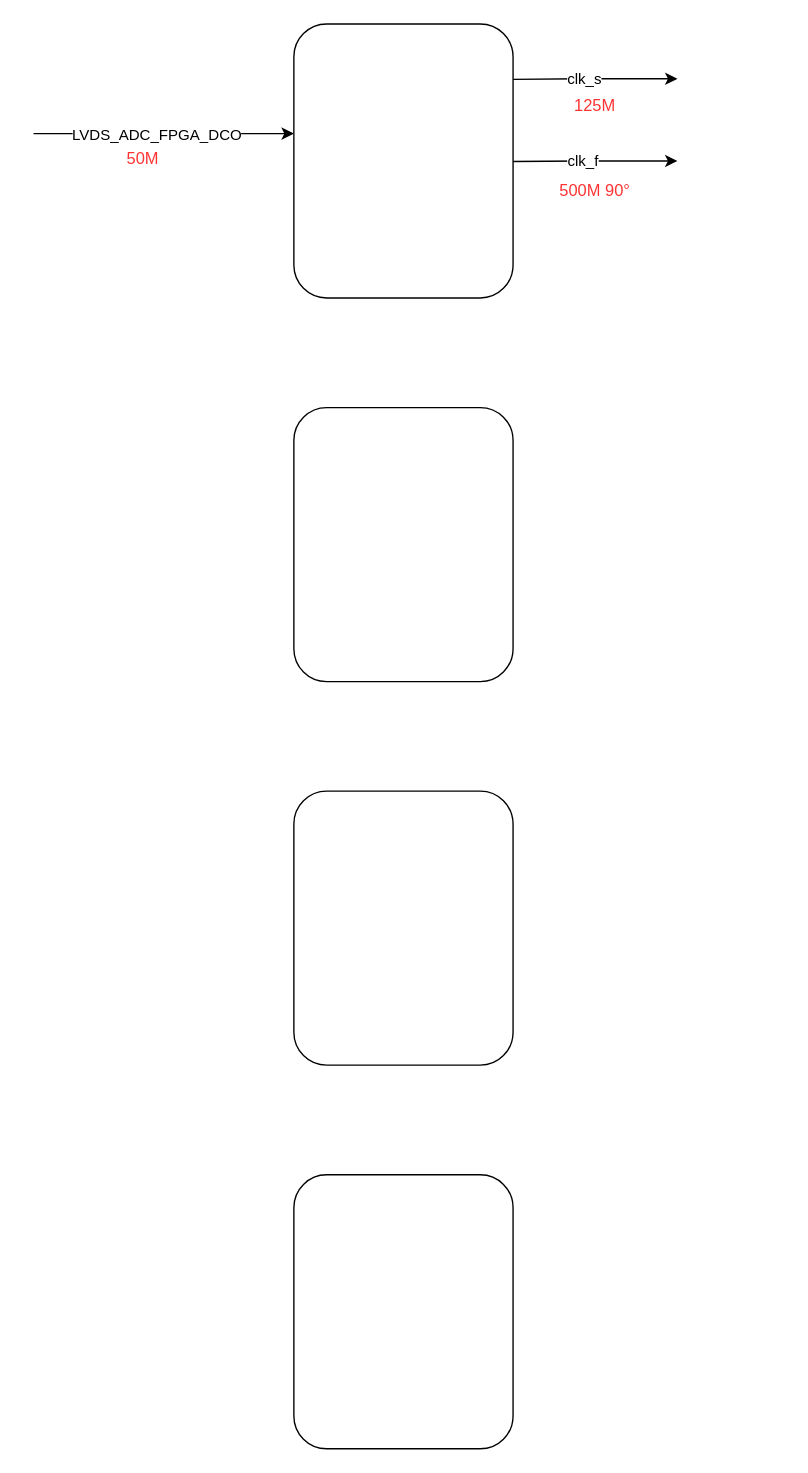
This is A11-100M-PLL.drawio from shenwangchong/learngit, a draw.io file, before an edit. Source tidied: cells renumbered, new cells numbered last; positions are measured from the earlier drawing's top-left corner, leaving out a move shared by most shapes. Both pictures are drawn from the tidied source at 137%, with x=0, y=0 at pixel (33, 23).
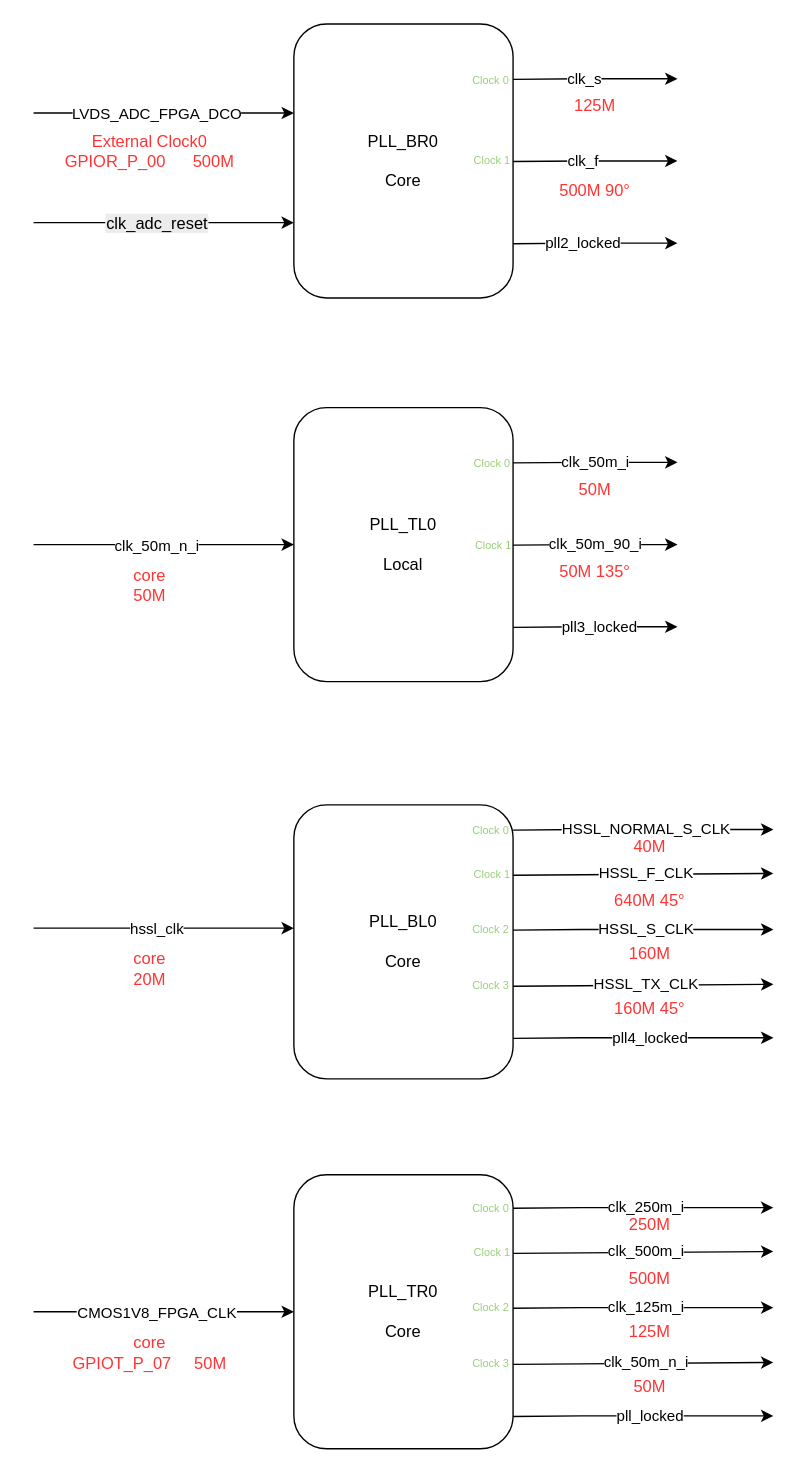
The same diagram, later.

The edit, as a diff of the source:
```diff
@@
-    <mxCell id="2" style="rounded=1;whiteSpace=wrap;html=1;" parent="1" vertex="1">
+    <mxCell id="2" value="PLL_BR0&lt;div&gt;&lt;br&gt;&lt;/div&gt;&lt;div&gt;Core&lt;/div&gt;" style="rounded=1;whiteSpace=wrap;html=1;" parent="1" vertex="1">
       <mxGeometry x="190" width="160" height="200" as="geometry" />
     </mxCell>
-    <mxCell id="3" style="rounded=1;whiteSpace=wrap;html=1;" parent="1" vertex="1">
+    <mxCell id="3" value="PLL_TL0&lt;div&gt;&lt;br&gt;&lt;/div&gt;&lt;div&gt;Local&lt;/div&gt;" style="rounded=1;whiteSpace=wrap;html=1;" parent="1" vertex="1">
       <mxGeometry x="190" y="280" width="160" height="200" as="geometry" />
     </mxCell>
-    <mxCell id="4" style="rounded=1;whiteSpace=wrap;html=1;" parent="1" vertex="1">
-      <mxGeometry x="190" y="560" width="160" height="200" as="geometry" />
+    <mxCell id="4" value="PLL_BL0&lt;div&gt;&lt;br&gt;&lt;/div&gt;&lt;div&gt;Core&lt;/div&gt;" style="rounded=1;whiteSpace=wrap;html=1;" parent="1" vertex="1">
+      <mxGeometry x="190" y="570" width="160" height="200" as="geometry" />
     </mxCell>
-    <mxCell id="5" style="rounded=1;whiteSpace=wrap;html=1;" parent="1" vertex="1">
+    <mxCell id="5" value="PLL_TR0&lt;div&gt;&lt;br&gt;&lt;/div&gt;&lt;div&gt;Core&lt;/div&gt;" style="rounded=1;whiteSpace=wrap;html=1;" parent="1" vertex="1">
       <mxGeometry x="190" y="840" width="160" height="200" as="geometry" />
     </mxCell>
     <mxCell id="6" style="endArrow=classic;html=1;rounded=0;" parent="1" edge="1">
       <mxGeometry relative="1" as="geometry">
-        <mxPoint y="80" as="sourcePoint" />
-        <mxPoint x="190" y="80" as="targetPoint" />
+        <mxPoint y="65" as="sourcePoint" />
+        <mxPoint x="190" y="65" as="targetPoint" />
       </mxGeometry>
     </mxCell>
@@
-    <mxCell id="8" value="&lt;font style=&quot;color: rgb(255, 51, 51);&quot;&gt;50M&lt;/font&gt;" style="text;html=1;whiteSpace=wrap;strokeColor=none;fillColor=none;align=center;verticalAlign=middle;rounded=0;" parent="1" vertex="1">
-      <mxGeometry x="50" y="89" width="60" height="20" as="geometry" />
+    <mxCell id="8" value="&lt;font style=&quot;color: rgb(255, 51, 51);&quot;&gt;External Clock0&lt;/font&gt;&lt;div&gt;&lt;font style=&quot;color: rgb(255, 51, 51);&quot;&gt;GPIOR_P_00&amp;nbsp; &amp;nbsp; &amp;nbsp; 500M&lt;/font&gt;&lt;/div&gt;" style="text;html=1;whiteSpace=wrap;strokeColor=none;fillColor=none;align=center;verticalAlign=middle;rounded=0;" parent="1" vertex="1">
+      <mxGeometry x="10" y="83" width="150" height="20" as="geometry" />
     </mxCell>
@@
+    <mxCell id="15" style="endArrow=classic;html=1;rounded=0;" parent="1" edge="1">
+      <mxGeometry relative="1" as="geometry">
+        <mxPoint y="145" as="sourcePoint" />
+        <mxPoint x="190" y="145" as="targetPoint" />
+      </mxGeometry>
+    </mxCell>
+    <mxCell id="16" value="&lt;span style=&quot;font-size: 12px; text-align: left; white-space: normal; background-color: rgb(236, 236, 236);&quot;&gt;&lt;font style=&quot;color: rgb(0, 0, 0);&quot;&gt;clk_adc_reset&lt;/font&gt;&lt;/span&gt;" style="edgeLabel;html=1;align=center;verticalAlign=middle;" parent="15" vertex="1">
+      <mxGeometry x="-0.06" relative="1" as="geometry" />
+    </mxCell>
+    <mxCell id="17" style="endArrow=classic;html=1;rounded=0;exitX=1;exitY=0.192;exitDx=0;exitDy=0;exitPerimeter=0;" parent="1" edge="1">
+      <mxGeometry relative="1" as="geometry">
+        <mxPoint x="350" y="160.4" as="sourcePoint" />
+        <mxPoint x="470" y="160" as="targetPoint" />
+        <Array as="points">
+          <mxPoint x="400" y="160" />
+        </Array>
+      </mxGeometry>
+    </mxCell>
+    <mxCell id="18" value="pll2_locked" style="edgeLabel;html=1;align=center;verticalAlign=middle;" parent="17" vertex="1">
+      <mxGeometry x="0.05" y="1" relative="1" as="geometry">
+        <mxPoint x="-12" as="offset" />
+      </mxGeometry>
+    </mxCell>
+    <mxCell id="19" style="endArrow=classic;html=1;rounded=0;" parent="1" edge="1">
+      <mxGeometry relative="1" as="geometry">
+        <mxPoint y="380" as="sourcePoint" />
+        <mxPoint x="190" y="380" as="targetPoint" />
+      </mxGeometry>
+    </mxCell>
+    <mxCell id="20" value="clk_50m_n_i" style="edgeLabel;html=1;align=center;verticalAlign=middle;" parent="19" vertex="1">
+      <mxGeometry x="-0.06" relative="1" as="geometry" />
+    </mxCell>
+    <mxCell id="21" value="&lt;font color=&quot;#ff3333&quot;&gt;core&lt;/font&gt;&lt;br&gt;&lt;div&gt;&lt;font style=&quot;color: rgb(255, 51, 51);&quot;&gt;50M&lt;/font&gt;&lt;/div&gt;" style="text;html=1;whiteSpace=wrap;strokeColor=none;fillColor=none;align=center;verticalAlign=middle;rounded=0;" parent="1" vertex="1">
+      <mxGeometry x="10" y="400" width="150" height="20" as="geometry" />
+    </mxCell>
+    <mxCell id="22" value="&lt;font style=&quot;font-size: 8px; color: rgb(151, 208, 119);&quot;&gt;Clock 0&lt;/font&gt;" style="text;html=1;whiteSpace=wrap;strokeColor=none;fillColor=none;align=center;verticalAlign=middle;rounded=0;" parent="1" vertex="1">
+      <mxGeometry x="305" y="310" width="60" height="20" as="geometry" />
+    </mxCell>
+    <mxCell id="23" style="endArrow=classic;html=1;rounded=0;exitX=1;exitY=0.192;exitDx=0;exitDy=0;exitPerimeter=0;" parent="1" edge="1">
+      <mxGeometry relative="1" as="geometry">
+        <mxPoint x="350" y="320.4" as="sourcePoint" />
+        <mxPoint x="470" y="320" as="targetPoint" />
+        <Array as="points">
+          <mxPoint x="400" y="320" />
+        </Array>
+      </mxGeometry>
+    </mxCell>
+    <mxCell id="24" value="clk_50m_i" style="edgeLabel;html=1;align=center;verticalAlign=middle;" parent="23" vertex="1">
+      <mxGeometry x="0.05" y="1" relative="1" as="geometry">
+        <mxPoint x="-3" as="offset" />
+      </mxGeometry>
+    </mxCell>
+    <mxCell id="25" value="&lt;font style=&quot;color: rgb(255, 51, 51);&quot;&gt;50M&lt;/font&gt;" style="text;html=1;whiteSpace=wrap;strokeColor=none;fillColor=none;align=center;verticalAlign=middle;rounded=0;" parent="1" vertex="1">
+      <mxGeometry x="380" y="330" width="60" height="20" as="geometry" />
+    </mxCell>
+    <mxCell id="26" value="&lt;font style=&quot;font-size: 8px; color: rgb(151, 208, 119);&quot;&gt;Clock 1&lt;/font&gt;" style="text;html=1;whiteSpace=wrap;strokeColor=none;fillColor=none;align=center;verticalAlign=middle;rounded=0;" parent="1" vertex="1">
+      <mxGeometry x="306" y="370" width="60" height="20" as="geometry" />
+    </mxCell>
+    <mxCell id="27" style="endArrow=classic;html=1;rounded=0;exitX=1;exitY=0.192;exitDx=0;exitDy=0;exitPerimeter=0;" parent="1" edge="1">
+      <mxGeometry relative="1" as="geometry">
+        <mxPoint x="350" y="380.4" as="sourcePoint" />
+        <mxPoint x="470" y="380" as="targetPoint" />
+        <Array as="points">
+          <mxPoint x="400" y="380" />
+        </Array>
+      </mxGeometry>
+    </mxCell>
+    <mxCell id="28" value="clk_50m_90_i" style="edgeLabel;html=1;align=center;verticalAlign=middle;" parent="27" vertex="1">
+      <mxGeometry x="0.05" y="1" relative="1" as="geometry">
+        <mxPoint x="-3" as="offset" />
+      </mxGeometry>
+    </mxCell>
+    <mxCell id="29" value="&lt;font style=&quot;color: rgb(255, 51, 51);&quot;&gt;50M 135°&lt;/font&gt;" style="text;html=1;whiteSpace=wrap;strokeColor=none;fillColor=none;align=center;verticalAlign=middle;rounded=0;" parent="1" vertex="1">
+      <mxGeometry x="380" y="390" width="60" height="20" as="geometry" />
+    </mxCell>
+    <mxCell id="30" style="endArrow=classic;html=1;rounded=0;exitX=1;exitY=0.192;exitDx=0;exitDy=0;exitPerimeter=0;" parent="1" edge="1">
+      <mxGeometry relative="1" as="geometry">
+        <mxPoint x="350" y="440.4" as="sourcePoint" />
+        <mxPoint x="470" y="440" as="targetPoint" />
+        <Array as="points">
+          <mxPoint x="400" y="440" />
+        </Array>
+      </mxGeometry>
+    </mxCell>
+    <mxCell id="31" value="pll3_locked" style="edgeLabel;html=1;align=center;verticalAlign=middle;" parent="30" vertex="1">
+      <mxGeometry x="0.05" y="1" relative="1" as="geometry" />
+    </mxCell>
+    <mxCell id="32" value="&lt;font style=&quot;font-size: 8px; color: rgb(151, 208, 119);&quot;&gt;Clock 0&lt;/font&gt;" style="text;html=1;whiteSpace=wrap;strokeColor=none;fillColor=none;align=center;verticalAlign=middle;rounded=0;" parent="1" vertex="1">
+      <mxGeometry x="304" y="30" width="60" height="20" as="geometry" />
+    </mxCell>
+    <mxCell id="33" value="&lt;font style=&quot;font-size: 8px; color: rgb(151, 208, 119);&quot;&gt;Clock 1&lt;/font&gt;" style="text;html=1;whiteSpace=wrap;strokeColor=none;fillColor=none;align=center;verticalAlign=middle;rounded=0;" parent="1" vertex="1">
+      <mxGeometry x="305" y="89" width="60" height="20" as="geometry" />
+    </mxCell>
+    <mxCell id="34" style="endArrow=classic;html=1;rounded=0;" parent="1" edge="1">
+      <mxGeometry relative="1" as="geometry">
+        <mxPoint y="660" as="sourcePoint" />
+        <mxPoint x="190" y="660" as="targetPoint" />
+      </mxGeometry>
+    </mxCell>
+    <mxCell id="35" value="hssl_clk" style="edgeLabel;html=1;align=center;verticalAlign=middle;" parent="34" vertex="1">
+      <mxGeometry x="-0.06" relative="1" as="geometry" />
+    </mxCell>
+    <mxCell id="36" value="&lt;font color=&quot;#ff3333&quot;&gt;core&lt;/font&gt;&lt;br&gt;&lt;div&gt;&lt;font style=&quot;color: rgb(255, 51, 51);&quot;&gt;20M&lt;/font&gt;&lt;/div&gt;" style="text;html=1;whiteSpace=wrap;strokeColor=none;fillColor=none;align=center;verticalAlign=middle;rounded=0;" parent="1" vertex="1">
+      <mxGeometry x="10" y="680" width="150" height="20" as="geometry" />
+    </mxCell>
+    <mxCell id="37" value="&lt;font style=&quot;font-size: 8px; color: rgb(151, 208, 119);&quot;&gt;Clock 0&lt;/font&gt;" style="text;html=1;whiteSpace=wrap;strokeColor=none;fillColor=none;align=center;verticalAlign=middle;rounded=0;" parent="1" vertex="1">
+      <mxGeometry x="304" y="578" width="60" height="20" as="geometry" />
+    </mxCell>
+    <mxCell id="38" style="endArrow=classic;html=1;rounded=0;exitX=1;exitY=0.192;exitDx=0;exitDy=0;exitPerimeter=0;" parent="1" edge="1">
+      <mxGeometry relative="1" as="geometry">
+        <mxPoint x="350" y="588.4" as="sourcePoint" />
+        <mxPoint x="540" y="588" as="targetPoint" />
+        <Array as="points">
+          <mxPoint x="400" y="588" />
+        </Array>
+      </mxGeometry>
+    </mxCell>
+    <mxCell id="39" value="HSSL_NORMAL_S_CLK" style="edgeLabel;html=1;align=center;verticalAlign=middle;" parent="38" vertex="1">
+      <mxGeometry x="0.05" y="1" relative="1" as="geometry">
+        <mxPoint x="-3" as="offset" />
+      </mxGeometry>
+    </mxCell>
+    <mxCell id="40" value="&lt;font style=&quot;color: rgb(255, 51, 51);&quot;&gt;40M&lt;/font&gt;" style="text;html=1;whiteSpace=wrap;strokeColor=none;fillColor=none;align=center;verticalAlign=middle;rounded=0;" parent="1" vertex="1">
+      <mxGeometry x="420" y="591" width="60" height="20" as="geometry" />
+    </mxCell>
+    <mxCell id="41" value="&lt;font style=&quot;font-size: 8px; color: rgb(151, 208, 119);&quot;&gt;Clock 1&lt;/font&gt;" style="text;html=1;whiteSpace=wrap;strokeColor=none;fillColor=none;align=center;verticalAlign=middle;rounded=0;" parent="1" vertex="1">
+      <mxGeometry x="305" y="610" width="60" height="20" as="geometry" />
+    </mxCell>
+    <mxCell id="42" style="endArrow=classic;html=1;rounded=0;exitX=1;exitY=0.192;exitDx=0;exitDy=0;exitPerimeter=0;" parent="1" edge="1">
+      <mxGeometry relative="1" as="geometry">
+        <mxPoint x="350" y="621.4" as="sourcePoint" />
+        <mxPoint x="540" y="620" as="targetPoint" />
+        <Array as="points">
+          <mxPoint x="400" y="621" />
+        </Array>
+      </mxGeometry>
+    </mxCell>
+    <mxCell id="43" value="HSSL_F_CLK" style="edgeLabel;html=1;align=center;verticalAlign=middle;" parent="42" vertex="1">
+      <mxGeometry x="0.05" y="1" relative="1" as="geometry">
+        <mxPoint x="-3" as="offset" />
+      </mxGeometry>
+    </mxCell>
+    <mxCell id="44" value="&lt;font style=&quot;color: rgb(255, 51, 51);&quot;&gt;640M 45°&lt;/font&gt;" style="text;html=1;whiteSpace=wrap;strokeColor=none;fillColor=none;align=center;verticalAlign=middle;rounded=0;" parent="1" vertex="1">
+      <mxGeometry x="420" y="630" width="60" height="20" as="geometry" />
+    </mxCell>
+    <mxCell id="45" style="endArrow=classic;html=1;rounded=0;exitX=1;exitY=0.192;exitDx=0;exitDy=0;exitPerimeter=0;" parent="1" edge="1">
+      <mxGeometry relative="1" as="geometry">
+        <mxPoint x="350" y="661.4" as="sourcePoint" />
+        <mxPoint x="540" y="661" as="targetPoint" />
+        <Array as="points">
+          <mxPoint x="400" y="661" />
+        </Array>
+      </mxGeometry>
+    </mxCell>
+    <mxCell id="46" value="HSSL_S_CLK" style="edgeLabel;html=1;align=center;verticalAlign=middle;" parent="45" vertex="1">
+      <mxGeometry x="0.05" y="1" relative="1" as="geometry">
+        <mxPoint x="-3" as="offset" />
+      </mxGeometry>
+    </mxCell>
+    <mxCell id="47" value="&lt;font style=&quot;color: rgb(255, 51, 51);&quot;&gt;160M&lt;/font&gt;" style="text;html=1;whiteSpace=wrap;strokeColor=none;fillColor=none;align=center;verticalAlign=middle;rounded=0;" parent="1" vertex="1">
+      <mxGeometry x="420" y="669" width="60" height="20" as="geometry" />
+    </mxCell>
+    <mxCell id="48" style="endArrow=classic;html=1;rounded=0;exitX=1;exitY=0.192;exitDx=0;exitDy=0;exitPerimeter=0;" parent="1" edge="1">
+      <mxGeometry relative="1" as="geometry">
+        <mxPoint x="350" y="702.4" as="sourcePoint" />
+        <mxPoint x="540" y="701" as="targetPoint" />
+        <Array as="points">
+          <mxPoint x="400" y="702" />
+        </Array>
+      </mxGeometry>
+    </mxCell>
+    <mxCell id="49" value="HSSL_TX_CLK" style="edgeLabel;html=1;align=center;verticalAlign=middle;" parent="48" vertex="1">
+      <mxGeometry x="0.05" y="1" relative="1" as="geometry">
+        <mxPoint x="-3" as="offset" />
+      </mxGeometry>
+    </mxCell>
+    <mxCell id="50" value="&lt;font style=&quot;color: rgb(255, 51, 51);&quot;&gt;160M 45°&lt;/font&gt;" style="text;html=1;whiteSpace=wrap;strokeColor=none;fillColor=none;align=center;verticalAlign=middle;rounded=0;" parent="1" vertex="1">
+      <mxGeometry x="420" y="709" width="60" height="20" as="geometry" />
+    </mxCell>
+    <mxCell id="51" style="endArrow=classic;html=1;rounded=0;exitX=1;exitY=0.192;exitDx=0;exitDy=0;exitPerimeter=0;" parent="1" edge="1">
+      <mxGeometry relative="1" as="geometry">
+        <mxPoint x="350" y="740.4" as="sourcePoint" />
+        <mxPoint x="540" y="740" as="targetPoint" />
+        <Array as="points">
+          <mxPoint x="400" y="740" />
+        </Array>
+      </mxGeometry>
+    </mxCell>
+    <mxCell id="52" value="pll4_locked" style="edgeLabel;html=1;align=center;verticalAlign=middle;" parent="51" vertex="1">
+      <mxGeometry x="0.05" y="1" relative="1" as="geometry" />
+    </mxCell>
+    <mxCell id="53" value="&lt;font style=&quot;font-size: 8px; color: rgb(151, 208, 119);&quot;&gt;Clock 2&lt;/font&gt;" style="text;html=1;whiteSpace=wrap;strokeColor=none;fillColor=none;align=center;verticalAlign=middle;rounded=0;" parent="1" vertex="1">
+      <mxGeometry x="304" y="650" width="60" height="20" as="geometry" />
+    </mxCell>
+    <mxCell id="54" value="&lt;font style=&quot;font-size: 8px; color: rgb(151, 208, 119);&quot;&gt;Clock 3&lt;/font&gt;" style="text;html=1;whiteSpace=wrap;strokeColor=none;fillColor=none;align=center;verticalAlign=middle;rounded=0;" parent="1" vertex="1">
+      <mxGeometry x="304" y="691" width="60" height="20" as="geometry" />
+    </mxCell>
+    <mxCell id="55" style="endArrow=classic;html=1;rounded=0;" parent="1" edge="1">
+      <mxGeometry relative="1" as="geometry">
+        <mxPoint y="940" as="sourcePoint" />
+        <mxPoint x="190" y="940" as="targetPoint" />
+      </mxGeometry>
+    </mxCell>
+    <mxCell id="56" value="CMOS1V8_FPGA_CLK" style="edgeLabel;html=1;align=center;verticalAlign=middle;" parent="55" vertex="1">
+      <mxGeometry x="-0.06" relative="1" as="geometry" />
+    </mxCell>
+    <mxCell id="57" value="&lt;font color=&quot;#ff3333&quot;&gt;core&lt;/font&gt;&lt;div&gt;&lt;span style=&quot;color: light-dark(rgb(255, 51, 51), rgb(255, 119, 119)); background-color: transparent;&quot;&gt;GPIOT_P_07&amp;nbsp; &amp;nbsp; &amp;nbsp;50M&lt;/span&gt;&lt;/div&gt;" style="text;html=1;whiteSpace=wrap;strokeColor=none;fillColor=none;align=center;verticalAlign=middle;rounded=0;" parent="1" vertex="1">
+      <mxGeometry x="10" y="960" width="150" height="20" as="geometry" />
+    </mxCell>
+    <mxCell id="58" value="&lt;font style=&quot;font-size: 8px; color: rgb(151, 208, 119);&quot;&gt;Clock 0&lt;/font&gt;" style="text;html=1;whiteSpace=wrap;strokeColor=none;fillColor=none;align=center;verticalAlign=middle;rounded=0;" parent="1" vertex="1">
+      <mxGeometry x="304" y="854" width="60" height="20" as="geometry" />
+    </mxCell>
+    <mxCell id="59" style="endArrow=classic;html=1;rounded=0;exitX=1;exitY=0.192;exitDx=0;exitDy=0;exitPerimeter=0;" parent="1" edge="1">
+      <mxGeometry relative="1" as="geometry">
+        <mxPoint x="350" y="864.4" as="sourcePoint" />
+        <mxPoint x="540" y="864" as="targetPoint" />
+        <Array as="points">
+          <mxPoint x="400" y="864" />
+        </Array>
+      </mxGeometry>
+    </mxCell>
+    <mxCell id="60" value="clk_250m_i" style="edgeLabel;html=1;align=center;verticalAlign=middle;" parent="59" vertex="1">
+      <mxGeometry x="0.05" y="1" relative="1" as="geometry">
+        <mxPoint x="-3" as="offset" />
+      </mxGeometry>
+    </mxCell>
+    <mxCell id="61" value="&lt;font style=&quot;color: rgb(255, 51, 51);&quot;&gt;250M&lt;/font&gt;" style="text;html=1;whiteSpace=wrap;strokeColor=none;fillColor=none;align=center;verticalAlign=middle;rounded=0;" parent="1" vertex="1">
+      <mxGeometry x="420" y="867" width="60" height="20" as="geometry" />
+    </mxCell>
+    <mxCell id="62" value="&lt;font style=&quot;font-size: 8px; color: rgb(151, 208, 119);&quot;&gt;Clock 1&lt;/font&gt;" style="text;html=1;whiteSpace=wrap;strokeColor=none;fillColor=none;align=center;verticalAlign=middle;rounded=0;" parent="1" vertex="1">
+      <mxGeometry x="305" y="886" width="60" height="20" as="geometry" />
+    </mxCell>
+    <mxCell id="63" style="endArrow=classic;html=1;rounded=0;exitX=1;exitY=0.192;exitDx=0;exitDy=0;exitPerimeter=0;" parent="1" edge="1">
+      <mxGeometry relative="1" as="geometry">
+        <mxPoint x="350" y="897.4" as="sourcePoint" />
+        <mxPoint x="540" y="896" as="targetPoint" />
+        <Array as="points">
+          <mxPoint x="400" y="897" />
+        </Array>
+      </mxGeometry>
+    </mxCell>
+    <mxCell id="64" value="clk_500m_i" style="edgeLabel;html=1;align=center;verticalAlign=middle;" parent="63" vertex="1">
+      <mxGeometry x="0.05" y="1" relative="1" as="geometry">
+        <mxPoint x="-3" as="offset" />
+      </mxGeometry>
+    </mxCell>
+    <mxCell id="65" value="&lt;font style=&quot;color: rgb(255, 51, 51);&quot;&gt;500M&lt;/font&gt;" style="text;html=1;whiteSpace=wrap;strokeColor=none;fillColor=none;align=center;verticalAlign=middle;rounded=0;" parent="1" vertex="1">
+      <mxGeometry x="420" y="906" width="60" height="20" as="geometry" />
+    </mxCell>
+    <mxCell id="66" style="endArrow=classic;html=1;rounded=0;exitX=1;exitY=0.192;exitDx=0;exitDy=0;exitPerimeter=0;" parent="1" edge="1">
+      <mxGeometry relative="1" as="geometry">
+        <mxPoint x="350" y="937.4" as="sourcePoint" />
+        <mxPoint x="540" y="937" as="targetPoint" />
+        <Array as="points">
+          <mxPoint x="400" y="937" />
+        </Array>
+      </mxGeometry>
+    </mxCell>
+    <mxCell id="67" value="clk_125m_i" style="edgeLabel;html=1;align=center;verticalAlign=middle;" parent="66" vertex="1">
+      <mxGeometry x="0.05" y="1" relative="1" as="geometry">
+        <mxPoint x="-3" as="offset" />
+      </mxGeometry>
+    </mxCell>
+    <mxCell id="68" value="&lt;font style=&quot;color: rgb(255, 51, 51);&quot;&gt;125M&lt;/font&gt;" style="text;html=1;whiteSpace=wrap;strokeColor=none;fillColor=none;align=center;verticalAlign=middle;rounded=0;" parent="1" vertex="1">
+      <mxGeometry x="420" y="945" width="60" height="20" as="geometry" />
+    </mxCell>
+    <mxCell id="69" style="endArrow=classic;html=1;rounded=0;exitX=1;exitY=0.192;exitDx=0;exitDy=0;exitPerimeter=0;" parent="1" edge="1">
+      <mxGeometry relative="1" as="geometry">
+        <mxPoint x="350" y="978.4" as="sourcePoint" />
+        <mxPoint x="540" y="977" as="targetPoint" />
+        <Array as="points">
+          <mxPoint x="400" y="978" />
+        </Array>
+      </mxGeometry>
+    </mxCell>
+    <mxCell id="70" value="clk_50m_n_i" style="edgeLabel;html=1;align=center;verticalAlign=middle;" parent="69" vertex="1">
+      <mxGeometry x="0.05" y="1" relative="1" as="geometry">
+        <mxPoint x="-3" as="offset" />
+      </mxGeometry>
+    </mxCell>
+    <mxCell id="71" value="&lt;font style=&quot;color: rgb(255, 51, 51);&quot;&gt;50M&lt;/font&gt;" style="text;html=1;whiteSpace=wrap;strokeColor=none;fillColor=none;align=center;verticalAlign=middle;rounded=0;" parent="1" vertex="1">
+      <mxGeometry x="420" y="985" width="60" height="20" as="geometry" />
+    </mxCell>
+    <mxCell id="72" style="endArrow=classic;html=1;rounded=0;exitX=1;exitY=0.192;exitDx=0;exitDy=0;exitPerimeter=0;" parent="1" edge="1">
+      <mxGeometry relative="1" as="geometry">
+        <mxPoint x="350" y="1016.4" as="sourcePoint" />
+        <mxPoint x="540" y="1016" as="targetPoint" />
+        <Array as="points">
+          <mxPoint x="400" y="1016" />
+        </Array>
+      </mxGeometry>
+    </mxCell>
+    <mxCell id="73" value="pll_locked" style="edgeLabel;html=1;align=center;verticalAlign=middle;" parent="72" vertex="1">
+      <mxGeometry x="0.05" y="1" relative="1" as="geometry" />
+    </mxCell>
+    <mxCell id="74" value="&lt;font style=&quot;font-size: 8px; color: rgb(151, 208, 119);&quot;&gt;Clock 2&lt;/font&gt;" style="text;html=1;whiteSpace=wrap;strokeColor=none;fillColor=none;align=center;verticalAlign=middle;rounded=0;" parent="1" vertex="1">
+      <mxGeometry x="304" y="926" width="60" height="20" as="geometry" />
+    </mxCell>
+    <mxCell id="75" value="&lt;font style=&quot;font-size: 8px; color: rgb(151, 208, 119);&quot;&gt;Clock 3&lt;/font&gt;" style="text;html=1;whiteSpace=wrap;strokeColor=none;fillColor=none;align=center;verticalAlign=middle;rounded=0;" parent="1" vertex="1">
+      <mxGeometry x="304" y="967" width="60" height="20" as="geometry" />
+    </mxCell>
```
